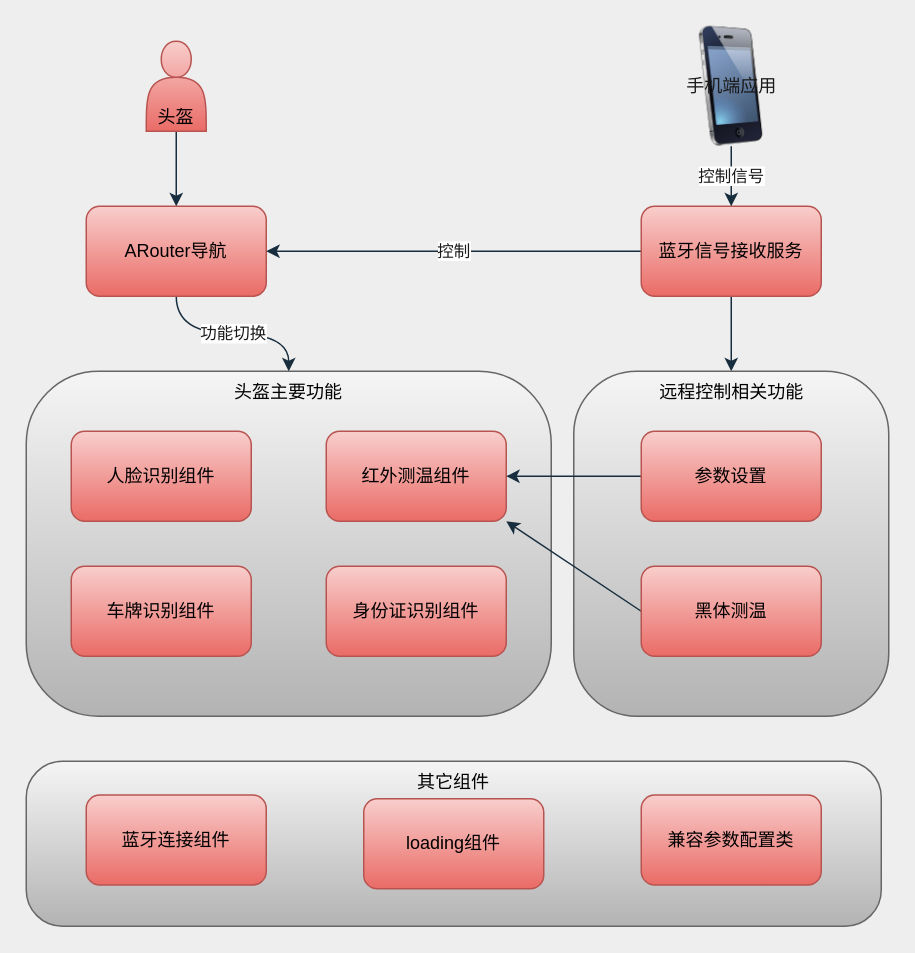
ColonelDarcy2018/excelsior keeps this draw.io diagram as XN277头盔端架构说明.drawio. Above is the earlier version. Source tidied: cells renumbered, new cells numbered last; positions are measured from the earlier drawing's top-left corner, leaving out a move shared by most shapes. Both pictures are drawn from the tidied source at 150%, with x=0, y=0 at pixel (26, 26).
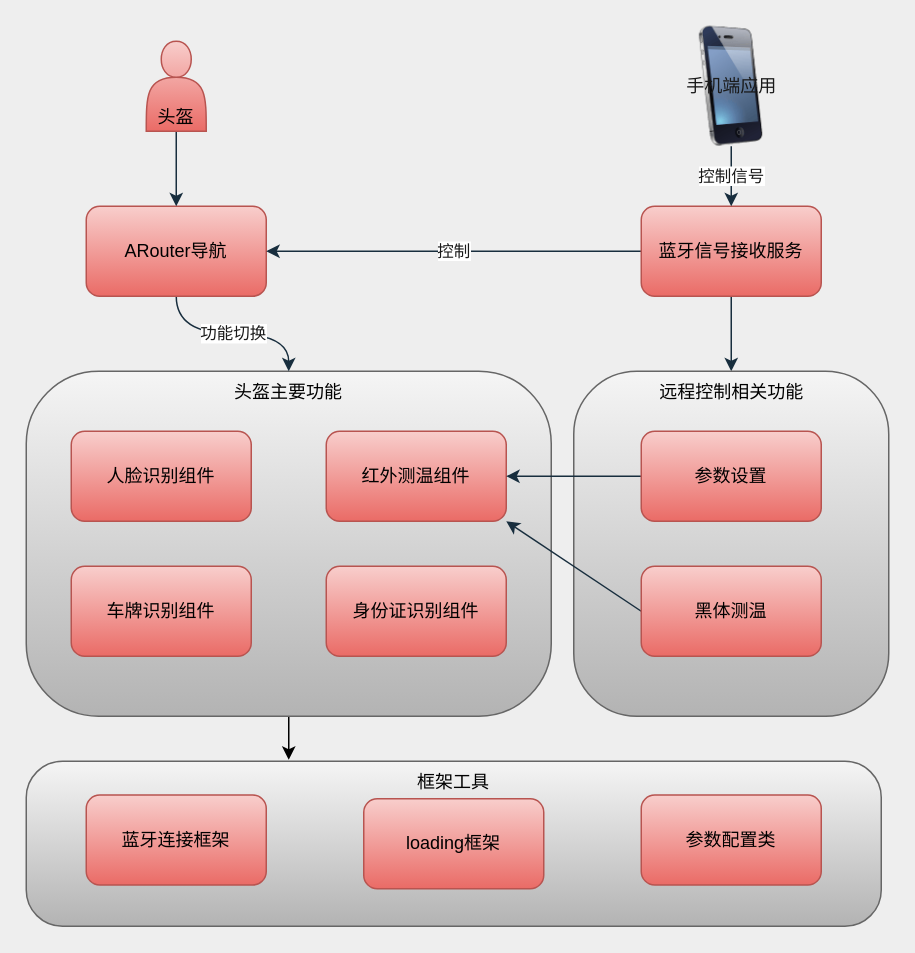
The same page after the edit.

Commit message:
Update XN277头盔端架构说明.drawio

Unchanged cells that the change refers to:
```xml
<mxCell id="3" value="头盔主要功能" style="rounded=1;whiteSpace=wrap;html=1;sketch=0;gradientColor=#b3b3b3;fillColor=#f5f5f5;strokeColor=#666666;verticalAlign=top;arcSize=21;" parent="1" vertex="1">
  <mxGeometry y="230" width="350" height="230" as="geometry" />
</mxCell>
```

Diff of the diagram source:
```diff
@@
-    <mxCell id="2" value="其它组件" style="rounded=1;whiteSpace=wrap;html=1;sketch=0;gradientColor=#b3b3b3;fillColor=#f5f5f5;strokeColor=#666666;verticalAlign=top;arcSize=22;" parent="1" vertex="1">
+    <mxCell id="2" value="框架工具" style="rounded=1;whiteSpace=wrap;html=1;sketch=0;gradientColor=#b3b3b3;fillColor=#f5f5f5;strokeColor=#666666;verticalAlign=top;arcSize=22;" parent="1" vertex="1">
       <mxGeometry y="490" width="570" height="110" as="geometry" />
     </mxCell>
+    <mxCell id="25" style="edgeStyle=orthogonalEdgeStyle;rounded=0;jettySize=auto;html=1;" parent="1" edge="1" source="3">
+      <mxGeometry relative="1" as="geometry">
+        <mxPoint x="175" y="489" as="targetPoint" />
+      </mxGeometry>
+    </mxCell>
@@
-    <mxCell id="22" value="loading组件" style="whiteSpace=wrap;html=1;fillColor=#f8cecc;strokeColor=#b85450;rounded=1;gradientColor=#ea6b66;" parent="1" vertex="1">
+    <mxCell id="22" value="loading框架" style="whiteSpace=wrap;html=1;fillColor=#f8cecc;strokeColor=#b85450;rounded=1;gradientColor=#ea6b66;" parent="1" vertex="1">
       <mxGeometry x="225" y="515" width="120" height="60" as="geometry" />
     </mxCell>
-    <mxCell id="23" value="蓝牙连接组件" style="whiteSpace=wrap;html=1;fillColor=#f8cecc;strokeColor=#b85450;rounded=1;gradientColor=#ea6b66;" parent="1" vertex="1">
+    <mxCell id="23" value="蓝牙连接框架" style="whiteSpace=wrap;html=1;fillColor=#f8cecc;strokeColor=#b85450;rounded=1;gradientColor=#ea6b66;" parent="1" vertex="1">
       <mxGeometry x="40" y="512.5" width="120" height="60" as="geometry" />
     </mxCell>
-    <mxCell id="24" value="兼容参数配置类" style="whiteSpace=wrap;html=1;fillColor=#f8cecc;strokeColor=#b85450;rounded=1;gradientColor=#ea6b66;" parent="1" vertex="1">
+    <mxCell id="24" value="参数配置类" style="whiteSpace=wrap;html=1;fillColor=#f8cecc;strokeColor=#b85450;rounded=1;gradientColor=#ea6b66;" parent="1" vertex="1">
       <mxGeometry x="410" y="512.5" width="120" height="60" as="geometry" />
     </mxCell>
```
